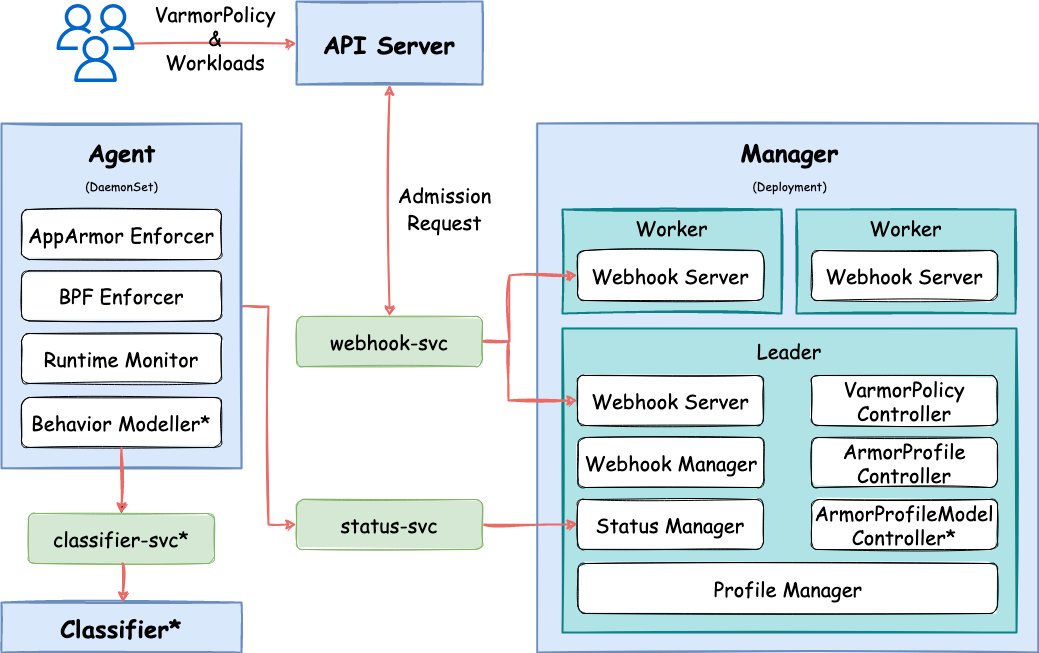
bytedance/vArmor keeps this draw.io diagram as docs/architecture.png. Above is the earlier version. Source tidied: cells renumbered, new cells last; positions are measured from the earlier drawing's top-left corner, leaving out a move shared by most shapes.
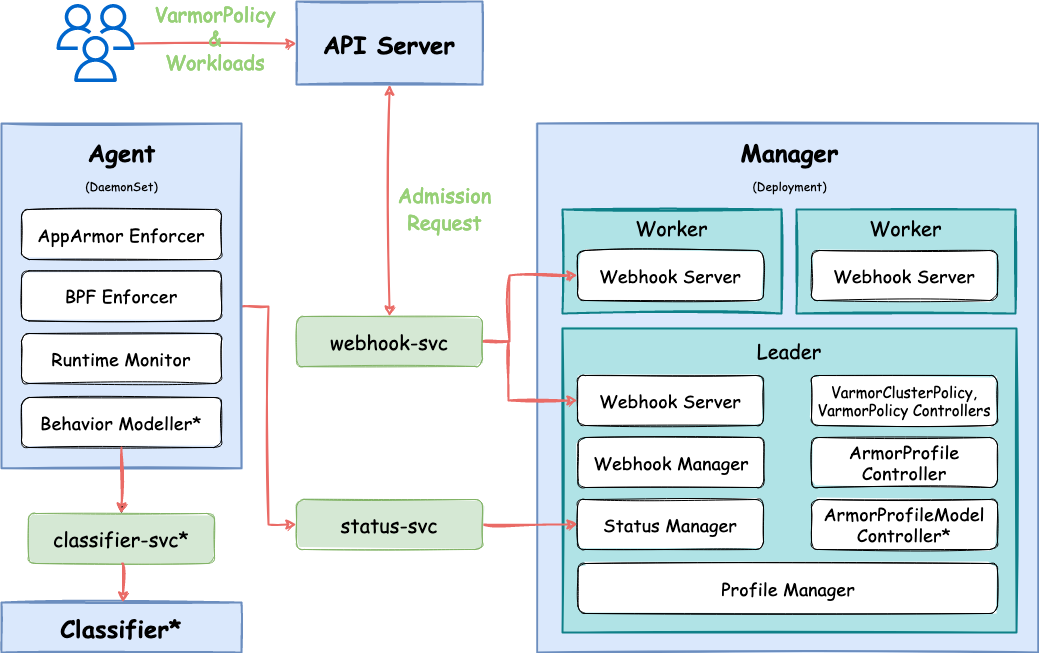
After the commit.

Commit message:
update architecture diagram

Change to the diagram source:
```diff
@@ -12,7 +12,7 @@
         <mxGeometry x="561" y="208" width="219" height="104" as="geometry" />
       </mxCell>
     </object>
-    <mxCell id="4" value="&lt;font style=&quot;font-size: 20px&quot;&gt;Webhook Server&lt;br&gt;&lt;/font&gt;" style="rounded=1;whiteSpace=wrap;html=1;shadow=0;glass=0;labelBackgroundColor=none;sketch=1;gradientColor=none;fontFamily=Comic Sans MS;fontColor=#000000;fillColor=#FFFFFF;fillStyle=solid;" parent="1" vertex="1">
+    <mxCell id="4" value="&lt;font style=&quot;font-size: 18px;&quot;&gt;Webhook Server&lt;br&gt;&lt;/font&gt;" style="rounded=1;whiteSpace=wrap;html=1;shadow=0;glass=0;labelBackgroundColor=none;sketch=1;gradientColor=none;fontFamily=Comic Sans MS;fontColor=#000000;fillColor=#FFFFFF;fillStyle=solid;" parent="1" vertex="1">
       <mxGeometry x="576" y="249" width="186" height="50" as="geometry" />
     </mxCell>
     <object id="5" label="&lt;div style=&quot;font-size: 20px;&quot;&gt;&lt;font style=&quot;font-size: 20px; font-weight: normal;&quot;&gt;Leader&lt;/font&gt;&lt;/div&gt;&lt;div style=&quot;font-size: 20px;&quot;&gt;&lt;font style=&quot;font-size: 20px; font-weight: normal;&quot;&gt;&lt;br&gt;&lt;/font&gt;&lt;/div&gt;&lt;div style=&quot;font-size: 20px;&quot;&gt;&lt;font style=&quot;font-size: 20px; font-weight: normal;&quot;&gt;&lt;br&gt;&lt;/font&gt;&lt;/div&gt;&lt;div style=&quot;font-size: 20px;&quot;&gt;&lt;font style=&quot;font-size: 20px; font-weight: normal;&quot;&gt;&lt;br&gt;&lt;/font&gt;&lt;/div&gt;&lt;div style=&quot;font-size: 20px;&quot;&gt;&lt;font style=&quot;font-size: 20px; font-weight: normal;&quot;&gt;&lt;br&gt;&lt;/font&gt;&lt;/div&gt;&lt;div style=&quot;font-size: 20px;&quot;&gt;&lt;font style=&quot;font-size: 20px; font-weight: normal;&quot;&gt;&lt;br&gt;&lt;/font&gt;&lt;/div&gt;&lt;div style=&quot;font-size: 20px;&quot;&gt;&lt;font style=&quot;font-size: 20px;&quot;&gt;&lt;br&gt;&lt;/font&gt;&lt;/div&gt;&lt;div&gt;&lt;br&gt;&lt;/div&gt;&lt;div&gt;&lt;br&gt;&lt;/div&gt;&lt;div&gt;&lt;br&gt;&lt;/div&gt;&lt;div&gt;&lt;br&gt;&lt;/div&gt;&lt;div&gt;&lt;br&gt;&lt;/div&gt;&lt;div&gt;&lt;br&gt;&lt;/div&gt;&lt;div&gt;&lt;br&gt;&lt;/div&gt;&lt;div&gt;&lt;br&gt;&lt;/div&gt;" placeholders="1">
@@ -20,25 +20,25 @@
         <mxGeometry x="561" y="327" width="454" height="304" as="geometry" />
       </mxCell>
     </object>
-    <mxCell id="6" value="&lt;font style=&quot;font-size: 20px&quot;&gt;Webhook Server&lt;br&gt;&lt;/font&gt;" style="rounded=1;whiteSpace=wrap;html=1;shadow=0;glass=0;labelBackgroundColor=none;sketch=1;gradientColor=none;fontFamily=Comic Sans MS;fontColor=#000000;fillColor=#FFFFFF;fillStyle=solid;" parent="1" vertex="1">
+    <mxCell id="6" value="&lt;font style=&quot;font-size: 18px;&quot;&gt;Webhook Server&lt;font style=&quot;font-size: 18px;&quot;&gt;&lt;br&gt;&lt;/font&gt;&lt;/font&gt;" style="rounded=1;whiteSpace=wrap;html=1;shadow=0;glass=0;labelBackgroundColor=none;sketch=1;gradientColor=none;fontFamily=Comic Sans MS;fontColor=#000000;fillColor=#FFFFFF;fillStyle=solid;" parent="1" vertex="1">
       <mxGeometry x="576" y="374" width="186" height="50" as="geometry" />
     </mxCell>
-    <mxCell id="7" value="&lt;font style=&quot;font-size: 20px;&quot;&gt;VarmorPolicy Controller&lt;br&gt;&lt;/font&gt;" style="rounded=1;whiteSpace=wrap;html=1;shadow=0;glass=0;labelBackgroundColor=none;sketch=1;gradientColor=none;fontFamily=Comic Sans MS;fontColor=#000000;fillColor=#FFFFFF;fillStyle=solid;" parent="1" vertex="1">
+    <mxCell id="7" value="&lt;div style=&quot;font-size: 15px;&quot;&gt;&lt;font style=&quot;font-size: 15px;&quot;&gt;VarmorClusterPolicy,&lt;/font&gt;&lt;/div&gt;&lt;div style=&quot;font-size: 15px;&quot;&gt;&lt;font style=&quot;font-size: 15px;&quot;&gt;VarmorPolicy Controllers&lt;br&gt; &lt;/font&gt;&lt;/div&gt;" style="rounded=1;whiteSpace=wrap;html=1;shadow=0;glass=0;labelBackgroundColor=none;sketch=1;gradientColor=none;fontFamily=Comic Sans MS;fontColor=#000000;fillColor=#FFFFFF;fillStyle=solid;" parent="1" vertex="1">
       <mxGeometry x="810" y="374" width="186" height="50" as="geometry" />
     </mxCell>
-    <mxCell id="8" value="&lt;font style=&quot;font-size: 20px&quot;&gt;ArmorProfile Controller&lt;br&gt;&lt;/font&gt;" style="rounded=1;whiteSpace=wrap;html=1;shadow=0;glass=0;labelBackgroundColor=none;sketch=1;gradientColor=none;fontFamily=Comic Sans MS;fontColor=#000000;fillColor=#FFFFFF;fillStyle=solid;" parent="1" vertex="1">
+    <mxCell id="8" value="&lt;font style=&quot;font-size: 18px;&quot;&gt;ArmorProfile Controller&lt;font style=&quot;font-size: 18px;&quot;&gt;&lt;br&gt;&lt;/font&gt;&lt;/font&gt;" style="rounded=1;whiteSpace=wrap;html=1;shadow=0;glass=0;labelBackgroundColor=none;sketch=1;gradientColor=none;fontFamily=Comic Sans MS;fontColor=#000000;fillColor=#FFFFFF;fillStyle=solid;" parent="1" vertex="1">
       <mxGeometry x="810" y="436" width="186" height="50" as="geometry" />
     </mxCell>
-    <mxCell id="9" value="&lt;font style=&quot;font-size: 20px&quot;&gt;Webhook Manager&lt;br&gt;&lt;/font&gt;" style="rounded=1;whiteSpace=wrap;html=1;shadow=0;glass=0;labelBackgroundColor=none;sketch=1;gradientColor=none;fontFamily=Comic Sans MS;fontColor=#000000;fillColor=#FFFFFF;fillStyle=solid;" parent="1" vertex="1">
+    <mxCell id="9" value="&lt;font style=&quot;font-size: 18px;&quot;&gt;Webhook Manager&lt;font style=&quot;font-size: 18px;&quot;&gt;&lt;br&gt;&lt;/font&gt;&lt;/font&gt;" style="rounded=1;whiteSpace=wrap;html=1;shadow=0;glass=0;labelBackgroundColor=none;sketch=1;gradientColor=none;fontFamily=Comic Sans MS;fontColor=#000000;fillColor=#FFFFFF;fillStyle=solid;" parent="1" vertex="1">
       <mxGeometry x="576.5" y="436" width="186" height="50" as="geometry" />
     </mxCell>
-    <mxCell id="10" value="&lt;font style=&quot;font-size: 20px&quot;&gt;Status Manager&lt;br&gt;&lt;/font&gt;" style="rounded=1;whiteSpace=wrap;html=1;shadow=0;glass=0;labelBackgroundColor=none;sketch=1;gradientColor=none;fontFamily=Comic Sans MS;fontColor=#000000;fillColor=#FFFFFF;fillStyle=solid;" parent="1" vertex="1">
+    <mxCell id="10" value="&lt;font style=&quot;font-size: 18px;&quot;&gt;Status Manager&lt;font style=&quot;font-size: 18px;&quot;&gt;&lt;br&gt;&lt;/font&gt;&lt;/font&gt;" style="rounded=1;whiteSpace=wrap;html=1;shadow=0;glass=0;labelBackgroundColor=none;sketch=1;gradientColor=none;fontFamily=Comic Sans MS;fontColor=#000000;fillColor=#FFFFFF;fillStyle=solid;" parent="1" vertex="1">
       <mxGeometry x="576" y="498" width="186" height="50" as="geometry" />
     </mxCell>
-    <mxCell id="11" value="&lt;font style=&quot;font-size: 20px&quot;&gt;ArmorProfileModel Controller*&lt;br&gt;&lt;/font&gt;" style="rounded=1;whiteSpace=wrap;html=1;shadow=0;glass=0;labelBackgroundColor=none;sketch=1;gradientColor=none;fontFamily=Comic Sans MS;fontColor=#000000;fillColor=#FFFFFF;fillStyle=solid;" parent="1" vertex="1">
+    <mxCell id="11" value="&lt;font style=&quot;font-size: 18px;&quot;&gt;ArmorProfileModel Controller*&lt;font style=&quot;font-size: 18px;&quot;&gt;&lt;br&gt;&lt;/font&gt;&lt;/font&gt;" style="rounded=1;whiteSpace=wrap;html=1;shadow=0;glass=0;labelBackgroundColor=none;sketch=1;gradientColor=none;fontFamily=Comic Sans MS;fontColor=#000000;fillColor=#FFFFFF;fillStyle=solid;" parent="1" vertex="1">
       <mxGeometry x="810" y="498" width="186" height="50" as="geometry" />
     </mxCell>
-    <mxCell id="12" value="&lt;font style=&quot;font-size: 20px&quot;&gt;Profile Manager&lt;br&gt;&lt;/font&gt;" style="rounded=1;whiteSpace=wrap;html=1;shadow=0;glass=0;labelBackgroundColor=none;sketch=1;gradientColor=none;fontFamily=Comic Sans MS;fontColor=#000000;fillColor=#FFFFFF;fillStyle=solid;" parent="1" vertex="1">
+    <mxCell id="12" value="&lt;font style=&quot;font-size: 18px;&quot;&gt;Profile Manager&lt;font style=&quot;font-size: 18px;&quot;&gt;&lt;br&gt;&lt;/font&gt;&lt;/font&gt;" style="rounded=1;whiteSpace=wrap;html=1;shadow=0;glass=0;labelBackgroundColor=none;sketch=1;gradientColor=none;fontFamily=Comic Sans MS;fontColor=#000000;fillColor=#FFFFFF;fillStyle=solid;" parent="1" vertex="1">
       <mxGeometry x="576.5" y="562" width="419.5" height="50" as="geometry" />
     </mxCell>
     <object id="13" label="&lt;div style=&quot;font-size: 20px;&quot;&gt;&lt;font style=&quot;font-size: 20px; font-weight: normal;&quot;&gt;Worker&lt;/font&gt;&lt;/div&gt;&lt;div style=&quot;font-size: 20px;&quot;&gt;&lt;font style=&quot;font-size: 20px;&quot;&gt;&lt;br&gt;&lt;/font&gt;&lt;/div&gt;&lt;div&gt;&lt;br&gt;&lt;/div&gt;&lt;div&gt;&lt;br&gt;&lt;/div&gt;&lt;div&gt;&lt;br&gt;&lt;/div&gt;" placeholders="1">
@@ -46,7 +46,7 @@
         <mxGeometry x="795" y="208" width="219" height="104" as="geometry" />
       </mxCell>
     </object>
-    <mxCell id="14" value="&lt;font style=&quot;font-size: 20px&quot;&gt;Webhook Server&lt;br&gt;&lt;/font&gt;" style="rounded=1;whiteSpace=wrap;html=1;shadow=0;glass=0;labelBackgroundColor=none;sketch=1;gradientColor=none;fontFamily=Comic Sans MS;fontColor=#000000;fillColor=#FFFFFF;fillStyle=solid;" parent="1" vertex="1">
+    <mxCell id="14" value="&lt;font style=&quot;font-size: 18px;&quot;&gt;Webhook Server&lt;br&gt;&lt;/font&gt;" style="rounded=1;whiteSpace=wrap;html=1;shadow=0;glass=0;labelBackgroundColor=none;sketch=1;gradientColor=none;fontFamily=Comic Sans MS;fontColor=#000000;fillColor=#FFFFFF;fillStyle=solid;" parent="1" vertex="1">
       <mxGeometry x="810" y="249" width="186" height="50" as="geometry" />
     </mxCell>
     <mxCell id="15" style="edgeStyle=orthogonalEdgeStyle;rounded=0;jettySize=auto;html=1;entryX=0;entryY=0.5;entryDx=0;entryDy=0;strokeColor=#EA6B66;strokeWidth=2;sketch=1;curveFitting=1;jiggle=2;" parent="1" edge="1" source="17" target="26">
@@ -65,13 +65,13 @@
         <mxGeometry y="122" width="240" height="344.8" as="geometry" />
       </mxCell>
     </object>
-    <mxCell id="18" value="&lt;font style=&quot;font-size: 20px&quot;&gt;AppArmor Enforcer&lt;br&gt;&lt;/font&gt;" style="rounded=1;whiteSpace=wrap;html=1;shadow=0;glass=0;labelBackgroundColor=none;sketch=1;gradientColor=none;fontFamily=Comic Sans MS;fontColor=#000000;fillColor=#FFFFFF;fillStyle=solid;" parent="1" vertex="1">
+    <mxCell id="18" value="&lt;font style=&quot;font-size: 18px;&quot;&gt;AppArmor Enforcer&lt;br&gt;&lt;/font&gt;" style="rounded=1;whiteSpace=wrap;html=1;shadow=0;glass=0;labelBackgroundColor=none;sketch=1;gradientColor=none;fontFamily=Comic Sans MS;fontColor=#000000;fillColor=#FFFFFF;fillStyle=solid;" parent="1" vertex="1">
       <mxGeometry x="20" y="208" width="200" height="50" as="geometry" />
     </mxCell>
-    <mxCell id="19" value="&lt;font style=&quot;font-size: 20px&quot;&gt;Runtime Monitor&lt;br&gt;&lt;/font&gt;" style="rounded=1;whiteSpace=wrap;html=1;shadow=0;glass=0;labelBackgroundColor=none;sketch=1;gradientColor=none;fontFamily=Comic Sans MS;fontColor=#000000;fillColor=#FFFFFF;fillStyle=solid;" parent="1" vertex="1">
+    <mxCell id="19" value="&lt;font style=&quot;font-size: 18px;&quot;&gt;Runtime Monitor&lt;font style=&quot;font-size: 18px;&quot;&gt;&lt;br&gt;&lt;/font&gt;&lt;/font&gt;" style="rounded=1;whiteSpace=wrap;html=1;shadow=0;glass=0;labelBackgroundColor=none;sketch=1;gradientColor=none;fontFamily=Comic Sans MS;fontColor=#000000;fillColor=#FFFFFF;fillStyle=solid;" parent="1" vertex="1">
       <mxGeometry x="20" y="332" width="200" height="50" as="geometry" />
     </mxCell>
-    <mxCell id="20" value="&lt;font style=&quot;font-size: 20px&quot;&gt;Behavior Modeller*&lt;br&gt;&lt;/font&gt;" style="rounded=1;whiteSpace=wrap;html=1;shadow=0;glass=0;labelBackgroundColor=none;sketch=1;gradientColor=none;fontFamily=Comic Sans MS;fontColor=#000000;fillColor=#FFFFFF;fillStyle=solid;" parent="1" vertex="1">
+    <mxCell id="20" value="&lt;font style=&quot;font-size: 18px;&quot;&gt;Behavior Modeller*&lt;font style=&quot;font-size: 18px;&quot;&gt;&lt;br&gt;&lt;/font&gt;&lt;/font&gt;" style="rounded=1;whiteSpace=wrap;html=1;shadow=0;glass=0;labelBackgroundColor=none;sketch=1;gradientColor=none;fontFamily=Comic Sans MS;fontColor=#000000;fillColor=#FFFFFF;fillStyle=solid;" parent="1" vertex="1">
       <mxGeometry x="20" y="396" width="200" height="50" as="geometry" />
     </mxCell>
     <object id="21" label="&lt;div style=&quot;font-size: 24px&quot; align=&quot;center&quot;&gt;&lt;font style=&quot;font-size: 24px&quot;&gt;Classifier&lt;/font&gt;*&lt;/div&gt;" placeholders="1">
@@ -127,10 +127,10 @@
     <mxCell id="32" style="sketch=0;fillColor=#0066CC;strokeColor=#10739e;dashed=0;verticalLabelPosition=bottom;verticalAlign=top;align=center;html=1;fontSize=12;fontStyle=0;shape=mxgraph.aws4.users;" parent="1" vertex="1">
       <mxGeometry x="55" y="2.5" width="78" height="78" as="geometry" />
     </mxCell>
-    <mxCell id="33" value="&lt;div style=&quot;font-size: 19px;&quot;&gt;&lt;font style=&quot;font-size: 20px;&quot; face=&quot;Comic Sans MS&quot;&gt;Admission&lt;/font&gt;&lt;/div&gt;&lt;div style=&quot;font-size: 19px;&quot;&gt;&lt;font style=&quot;font-size: 20px;&quot; face=&quot;Comic Sans MS&quot;&gt;Request&lt;/font&gt;&lt;/div&gt;" style="text;html=1;strokeColor=none;fillColor=none;align=center;verticalAlign=middle;whiteSpace=wrap;rounded=0;" parent="1" vertex="1">
+    <mxCell id="33" value="&lt;div style=&quot;font-size: 19px;&quot;&gt;&lt;font color=&quot;#97d077&quot; style=&quot;font-size: 20px;&quot; face=&quot;Comic Sans MS&quot;&gt;Admission&lt;/font&gt;&lt;/div&gt;&lt;div style=&quot;font-size: 19px;&quot;&gt;&lt;font color=&quot;#97d077&quot; style=&quot;font-size: 20px;&quot; face=&quot;Comic Sans MS&quot;&gt;Request&lt;/font&gt;&lt;/div&gt;" style="text;html=1;strokeColor=none;fillColor=none;align=center;verticalAlign=middle;whiteSpace=wrap;rounded=0;" parent="1" vertex="1">
       <mxGeometry x="386" y="179" width="115" height="58" as="geometry" />
     </mxCell>
-    <mxCell id="34" value="&lt;div&gt;&lt;font style=&quot;font-size: 20px&quot;&gt;BPF Enforcer&lt;br&gt;&lt;/font&gt;&lt;/div&gt;" style="rounded=1;whiteSpace=wrap;html=1;shadow=0;glass=0;labelBackgroundColor=none;sketch=1;gradientColor=none;fontFamily=Comic Sans MS;fontColor=#000000;fillColor=#FFFFFF;fillStyle=solid;" parent="1" vertex="1">
+    <mxCell id="34" value="&lt;div style=&quot;font-size: 18px;&quot;&gt;&lt;font style=&quot;font-size: 18px;&quot;&gt;BPF Enforcer&lt;br&gt;&lt;/font&gt;&lt;/div&gt;" style="rounded=1;whiteSpace=wrap;html=1;shadow=0;glass=0;labelBackgroundColor=none;sketch=1;gradientColor=none;fontFamily=Comic Sans MS;fontColor=#000000;fillColor=#FFFFFF;fillStyle=solid;" parent="1" vertex="1">
       <mxGeometry x="20" y="269.4" width="200" height="50" as="geometry" />
     </mxCell>
     <mxCell id="35" style="edgeStyle=orthogonalEdgeStyle;rounded=0;orthogonalLoop=1;jettySize=auto;html=1;sketch=1;curveFitting=1;jiggle=2;strokeWidth=2;strokeColor=#EA6B66;" parent="1" edge="1">
@@ -139,7 +139,7 @@
         <mxPoint x="295" y="42" as="targetPoint" />
       </mxGeometry>
     </mxCell>
-    <mxCell id="36" value="&lt;div align=&quot;center&quot;&gt;&lt;font style=&quot;font-size: 20px;&quot; face=&quot;Comic Sans MS&quot;&gt;VarmorPolicy&lt;/font&gt;&lt;/div&gt;&lt;div align=&quot;center&quot;&gt;&lt;font style=&quot;font-size: 20px;&quot; face=&quot;Comic Sans MS&quot;&gt;&amp;amp;&lt;/font&gt;&lt;/div&gt;&lt;div align=&quot;center&quot;&gt;&lt;font style=&quot;font-size: 20px;&quot; face=&quot;Comic Sans MS&quot;&gt;Workloads&lt;/font&gt;&lt;/div&gt;" style="text;html=1;strokeColor=none;fillColor=none;align=center;verticalAlign=middle;whiteSpace=wrap;rounded=0;" parent="1" vertex="1">
+    <mxCell id="36" value="&lt;div align=&quot;center&quot;&gt;&lt;font color=&quot;#97d077&quot; style=&quot;font-size: 20px;&quot; face=&quot;Comic Sans MS&quot;&gt;VarmorPolicy&lt;/font&gt;&lt;/div&gt;&lt;div align=&quot;center&quot;&gt;&lt;font color=&quot;#97d077&quot; style=&quot;font-size: 20px;&quot; face=&quot;Comic Sans MS&quot;&gt;&amp;amp;&lt;/font&gt;&lt;/div&gt;&lt;div align=&quot;center&quot;&gt;&lt;font color=&quot;#97d077&quot; style=&quot;font-size: 20px;&quot; face=&quot;Comic Sans MS&quot;&gt;Workloads&lt;/font&gt;&lt;/div&gt;" style="text;html=1;strokeColor=none;fillColor=none;align=center;verticalAlign=middle;whiteSpace=wrap;rounded=0;" parent="1" vertex="1">
       <mxGeometry x="140" y="12" width="148" height="47" as="geometry" />
     </mxCell>
     <mxCell id="37" value="&lt;div style=&quot;font-size: 24px&quot; align=&quot;center&quot;&gt;&lt;font face=&quot;Comic Sans MS&quot;&gt;&lt;b&gt;&lt;font style=&quot;font-size: 24px&quot;&gt;Manager&lt;/font&gt;&lt;/b&gt;&lt;/font&gt;&lt;/div&gt;&lt;div style=&quot;font-size: 24px&quot; align=&quot;center&quot;&gt;&lt;font style=&quot;font-size: 12px;&quot; face=&quot;Comic Sans MS&quot;&gt;(Deployment)&lt;/font&gt;&lt;b&gt;&lt;br&gt;&lt;/b&gt;&lt;/div&gt;" style="text;html=1;strokeColor=none;fillColor=none;align=center;verticalAlign=middle;whiteSpace=wrap;rounded=0;" parent="1" vertex="1">
```
